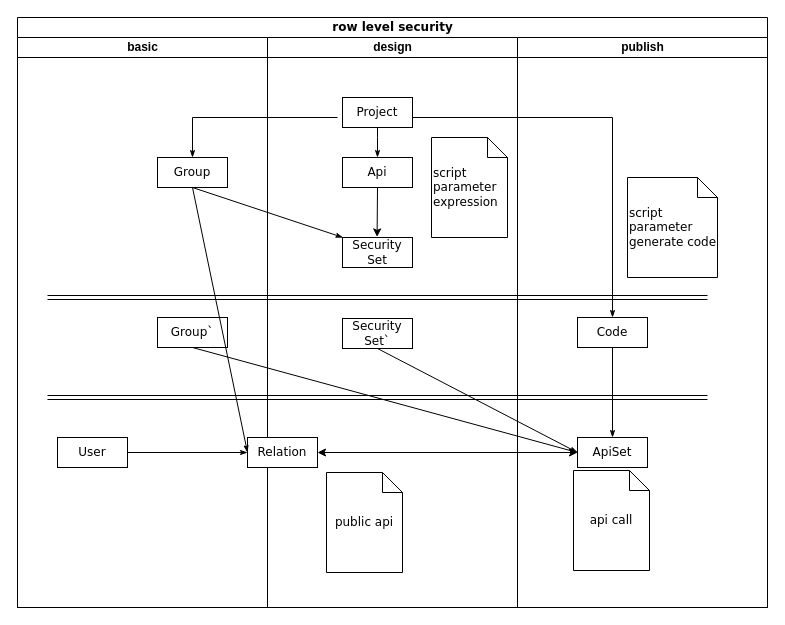
This is Report Diagram.drawio from JohnXu/JohnDiagrams, a draw.io file, before an edit. Source tidied: cells renumbered, new cells numbered last; positions are measured from the earlier drawing's top-left corner, leaving out a move shared by most shapes. Both pictures are drawn from the tidied source at 100%, with x=0, y=0 at pixel (17, 17).
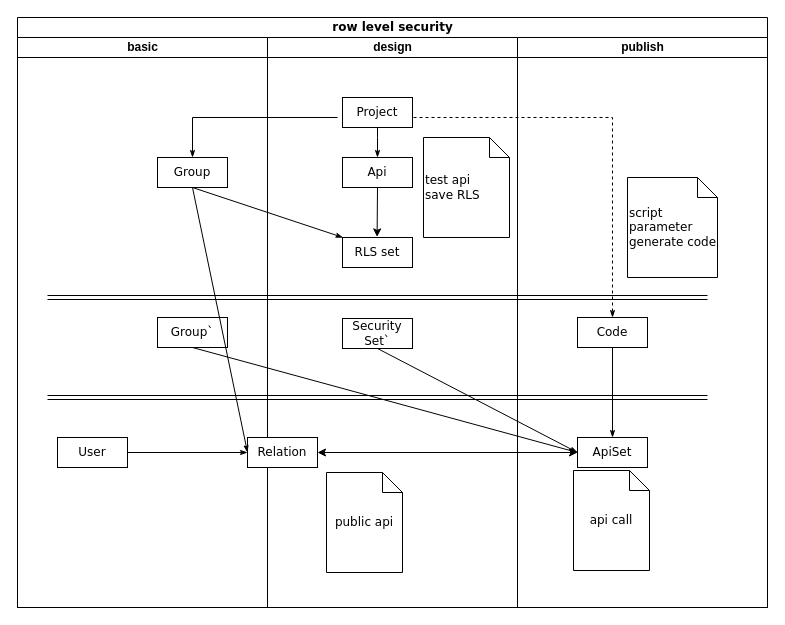
The same diagram, later.

Unchanged cells that the change refers to:
```xml
<mxCell id="2" value="row level security" style="swimlane;html=1;startSize=20;rounded=0;shadow=0;comic=0;labelBackgroundColor=none;strokeWidth=1;fontFamily=Verdana;fontSize=12;align=center;" parent="1" vertex="1">
  <mxGeometry width="750" height="590" as="geometry" />
</mxCell>
<mxCell id="11" value="design" style="swimlane;html=1;startSize=20;shadow=0;" parent="2" vertex="1">
  <mxGeometry x="250" y="20" width="250" height="570" as="geometry" />
</mxCell>
<mxCell id="12" value="Project" style="rounded=0;whiteSpace=wrap;html=1;shadow=0;comic=0;labelBackgroundColor=none;strokeWidth=1;fontFamily=Verdana;fontSize=12;align=center;arcSize=50;" parent="11" vertex="1">
  <mxGeometry x="75" y="60" width="70" height="30" as="geometry" />
</mxCell>
<mxCell id="24" value="Code" style="rounded=0;whiteSpace=wrap;html=1;shadow=0;comic=0;labelBackgroundColor=none;strokeWidth=1;fontFamily=Verdana;fontSize=12;align=center;arcSize=50;" parent="21" vertex="1">
  <mxGeometry x="60" y="280" width="70" height="30" as="geometry" />
</mxCell>
```

The edit, as a diff of the source:
```diff
@@
-    <mxCell id="17" value="Security Set" style="rounded=0;whiteSpace=wrap;html=1;shadow=0;comic=0;labelBackgroundColor=none;strokeWidth=1;fontFamily=Verdana;fontSize=12;align=center;arcSize=50;" parent="11" vertex="1">
+    <mxCell id="17" value="RLS set" style="rounded=0;whiteSpace=wrap;html=1;shadow=0;comic=0;labelBackgroundColor=none;strokeWidth=1;fontFamily=Verdana;fontSize=12;align=center;arcSize=50;" parent="11" vertex="1">
       <mxGeometry x="75" y="200" width="70" height="30" as="geometry" />
     </mxCell>
@@
-    <mxCell id="19" value="script&lt;br&gt;parameter&lt;br&gt;expression" style="shape=note;whiteSpace=wrap;html=1;rounded=0;shadow=0;comic=0;labelBackgroundColor=none;strokeWidth=1;fontFamily=Verdana;fontSize=12;align=left;size=20;" parent="11" vertex="1">
-      <mxGeometry x="164" y="100" width="76" height="100" as="geometry" />
+    <mxCell id="19" value="test api&lt;br&gt;save RLS" style="shape=note;whiteSpace=wrap;html=1;rounded=0;shadow=0;comic=0;labelBackgroundColor=none;strokeWidth=1;fontFamily=Verdana;fontSize=12;align=left;size=20;" parent="11" vertex="1">
+      <mxGeometry x="156" y="100" width="86" height="100" as="geometry" />
     </mxCell>
@@
-    <mxCell id="27" style="edgeStyle=orthogonalEdgeStyle;rounded=0;html=1;labelBackgroundColor=none;startArrow=none;startFill=0;startSize=5;endArrow=classicThin;endFill=1;endSize=5;jettySize=auto;strokeWidth=1;fontFamily=Verdana;fontSize=12;exitX=1;exitY=0.5;exitDx=0;exitDy=0;entryX=0.5;entryY=0;entryDx=0;entryDy=0;" parent="2" edge="1" source="12" target="24">
+    <mxCell id="27" style="edgeStyle=orthogonalEdgeStyle;rounded=0;html=1;labelBackgroundColor=none;startArrow=none;startFill=0;startSize=5;endArrow=classicThin;endFill=1;endSize=5;jettySize=auto;strokeWidth=1;fontFamily=Verdana;fontSize=12;exitX=1;exitY=0.5;exitDx=0;exitDy=0;entryX=0.5;entryY=0;entryDx=0;entryDy=0;dashed=1;" parent="2" edge="1" source="12" target="24">
       <mxGeometry relative="1" as="geometry">
         <Array as="points">
           <mxPoint x="395" y="100" />
           <mxPoint x="595" y="100" />
         </Array>
       </mxGeometry>
     </mxCell>
```
